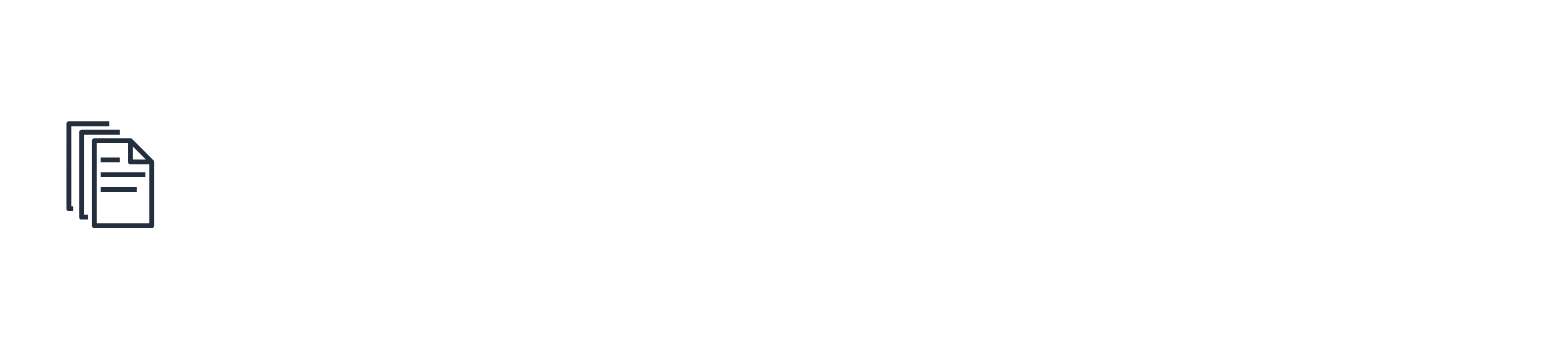
This is database.drawio from ArThur-Te/2025-21408, a draw.io file, before an edit. Source tidied: cells renumbered, new cells numbered last; positions are measured from the earlier drawing's top-left corner, leaving out a move shared by most shapes. Both pictures are drawn from the tidied source at 137%, with x=0, y=0 at pixel (66, 121). Pictures stored in the file or linked from it are replaced by grey dashed boxes.
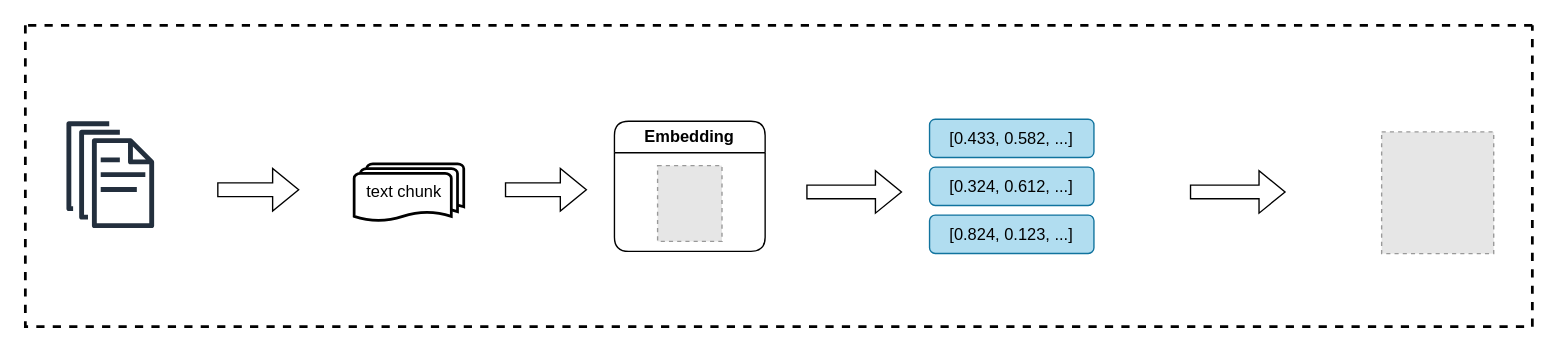
The same diagram, later.

The edit, as a diff of the source:
```diff
@@
 <mxGraphModel>
   <root>
     <mxCell id="0" />
     <mxCell id="1" parent="0" />
     <mxCell id="2" style="sketch=0;fontColor=#232F3E;gradientColor=none;fillColor=#232F3D;strokeColor=none;dashed=0;verticalLabelPosition=bottom;verticalAlign=top;align=center;html=1;fontSize=12;fontStyle=0;shape=mxgraph.aws4.documents;" parent="1" vertex="1">
       <mxGeometry width="64" height="78" as="geometry" />
     </mxCell>
+    <mxCell id="3" style="fillColor=#E6E6E6;strokeColor=#999999;dashed=1;verticalLabelPosition=bottom;labelBackgroundColor=default;verticalAlign=top;" parent="1" vertex="1">
+      <mxGeometry x="960" y="7.8" width="81.8" height="88.8" as="geometry" />
+    </mxCell>
+    <mxCell id="4" value="Embedding" style="swimlane;whiteSpace=wrap;html=1;rounded=1;glass=0;" parent="1" vertex="1">
+      <mxGeometry x="400" width="110" height="95" as="geometry" />
+    </mxCell>
+    <mxCell id="5" style="fillColor=#E6E6E6;strokeColor=#999999;dashed=1;html=1;verticalLabelPosition=bottom;labelBackgroundColor=#ffffff;verticalAlign=top;" parent="4" vertex="1">
+      <mxGeometry x="31.5" y="32.4" width="47" height="55.3" as="geometry" />
+    </mxCell>
+    <mxCell id="6" value="text chunk&amp;nbsp;&amp;nbsp;" style="strokeWidth=2;html=1;shape=mxgraph.flowchart.multi-document;whiteSpace=wrap;" parent="1" vertex="1">
+      <mxGeometry x="210" y="31.1" width="80" height="42" as="geometry" />
+    </mxCell>
+    <mxCell id="7" value="[0.433, 0.582, ...]" style="rounded=1;whiteSpace=wrap;html=1;fillColor=#b1ddf0;strokeColor=#10739e;" parent="1" vertex="1">
+      <mxGeometry x="630" y="-1.5" width="120" height="28" as="geometry" />
+    </mxCell>
+    <mxCell id="8" value="[0.324, 0.612, ...]" style="rounded=1;whiteSpace=wrap;html=1;fillColor=#b1ddf0;strokeColor=#10739e;" parent="1" vertex="1">
+      <mxGeometry x="630" y="33.5" width="120" height="28" as="geometry" />
+    </mxCell>
+    <mxCell id="9" value="[0.824, 0.123, ...]" style="rounded=1;whiteSpace=wrap;html=1;fillColor=#b1ddf0;strokeColor=#10739e;" parent="1" vertex="1">
+      <mxGeometry x="630" y="68.5" width="120" height="28" as="geometry" />
+    </mxCell>
+    <mxCell id="10" style="shape=flexArrow;endArrow=classic;html=1;rounded=0;" parent="1" edge="1">
+      <mxGeometry relative="1" as="geometry">
+        <mxPoint x="540" y="51.6" as="sourcePoint" />
+        <mxPoint x="610" y="51.6" as="targetPoint" />
+      </mxGeometry>
+    </mxCell>
+    <mxCell id="11" style="shape=flexArrow;endArrow=classic;html=1;rounded=0;" parent="1" edge="1">
+      <mxGeometry relative="1" as="geometry">
+        <mxPoint x="320" y="50" as="sourcePoint" />
+        <mxPoint x="380" y="50" as="targetPoint" />
+      </mxGeometry>
+    </mxCell>
+    <mxCell id="12" style="shape=flexArrow;endArrow=classic;html=1;rounded=0;" parent="1" edge="1">
+      <mxGeometry relative="1" as="geometry">
+        <mxPoint x="820" y="51.6" as="sourcePoint" />
+        <mxPoint x="890" y="51.6" as="targetPoint" />
+      </mxGeometry>
+    </mxCell>
+    <mxCell id="13" style="shape=flexArrow;endArrow=classic;html=1;rounded=0;" parent="1" edge="1">
+      <mxGeometry relative="1" as="geometry">
+        <mxPoint x="110" y="50" as="sourcePoint" />
+        <mxPoint x="170" y="50" as="targetPoint" />
+      </mxGeometry>
+    </mxCell>
+    <mxCell id="14" style="swimlane;startSize=0;dashed=1;rounded=1;strokeWidth=2;" parent="1" vertex="1">
+      <mxGeometry x="-30" y="-70" width="1100" height="220" as="geometry" />
+    </mxCell>
   </root>
 </mxGraphModel>
```
